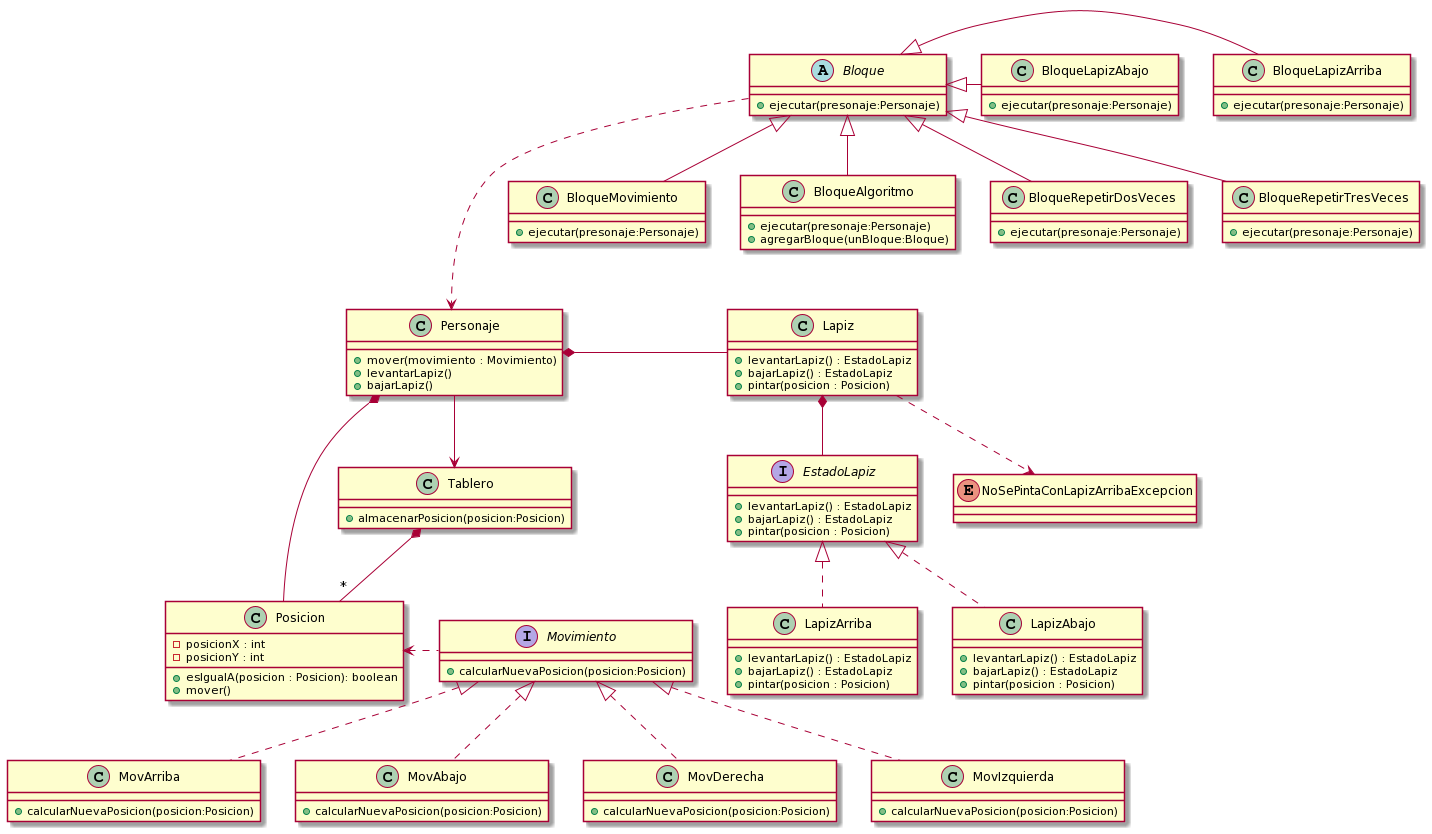
This is src/main/diagramas/diagrama de clases.png from esmiroco/TP2-Algoritmos3, a PlantUML export, as it was before one commit.
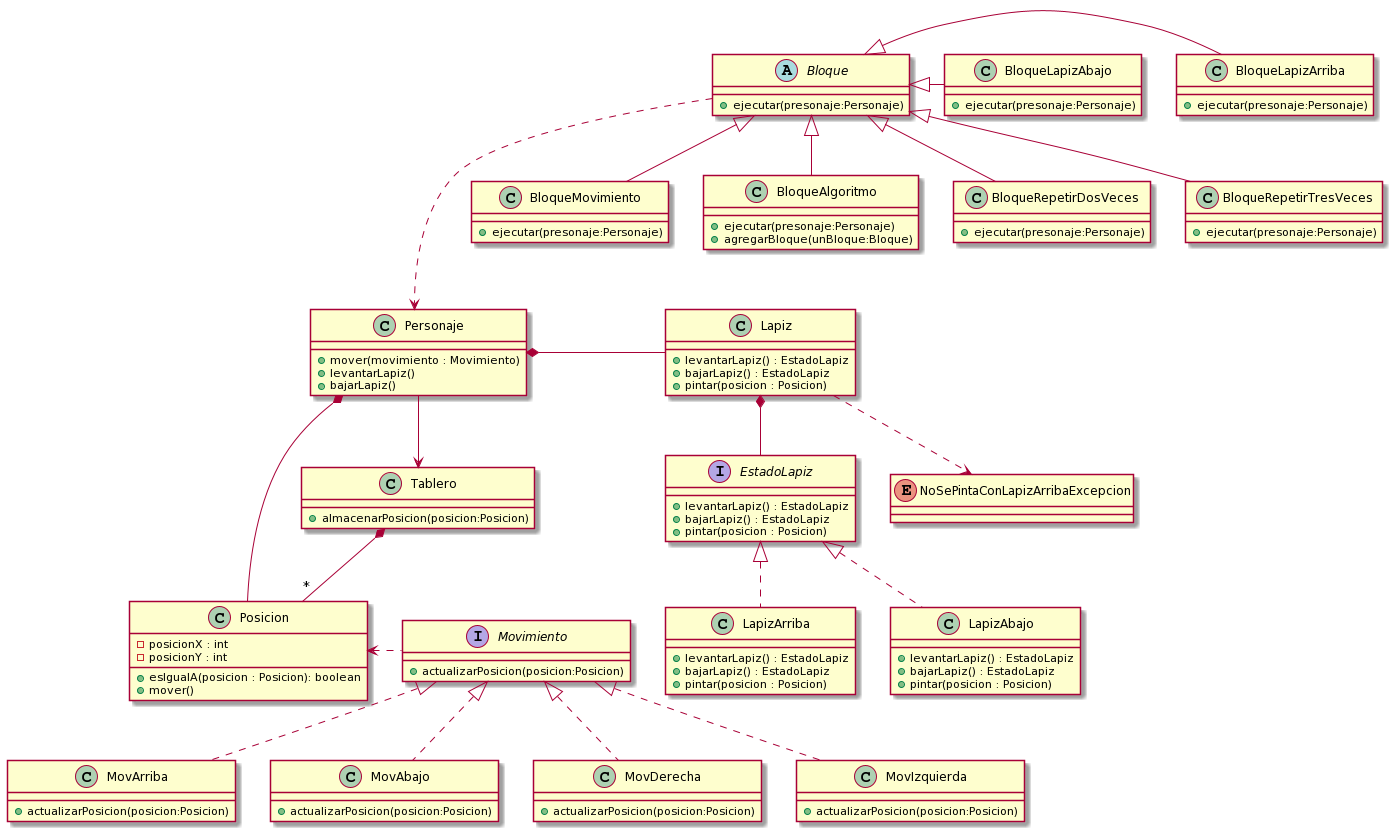
After the change.

Commit message:
nombre metodo "actualizarPosicion"

en diagramas y codigo de diagramas

What changed in the source:
```diff
@@ -44,19 +44,19 @@
 enum NoSePintaConLapizArribaExcepcion
 
 Interface Movimiento{
-+calcularNuevaPosicion(posicion:Posicion)
++actualizarPosicion(posicion:Posicion)
 }
 class MovArriba{
-+calcularNuevaPosicion(posicion:Posicion)
++actualizarPosicion(posicion:Posicion)
 }
 class MovAbajo{
-+calcularNuevaPosicion(posicion:Posicion)
++actualizarPosicion(posicion:Posicion)
 }
 class MovDerecha{
-+calcularNuevaPosicion(posicion:Posicion)
++actualizarPosicion(posicion:Posicion)
 }
 class MovIzquierda{
-+calcularNuevaPosicion(posicion:Posicion)
++actualizarPosicion(posicion:Posicion)
 }
 
 class Personaje{
```
